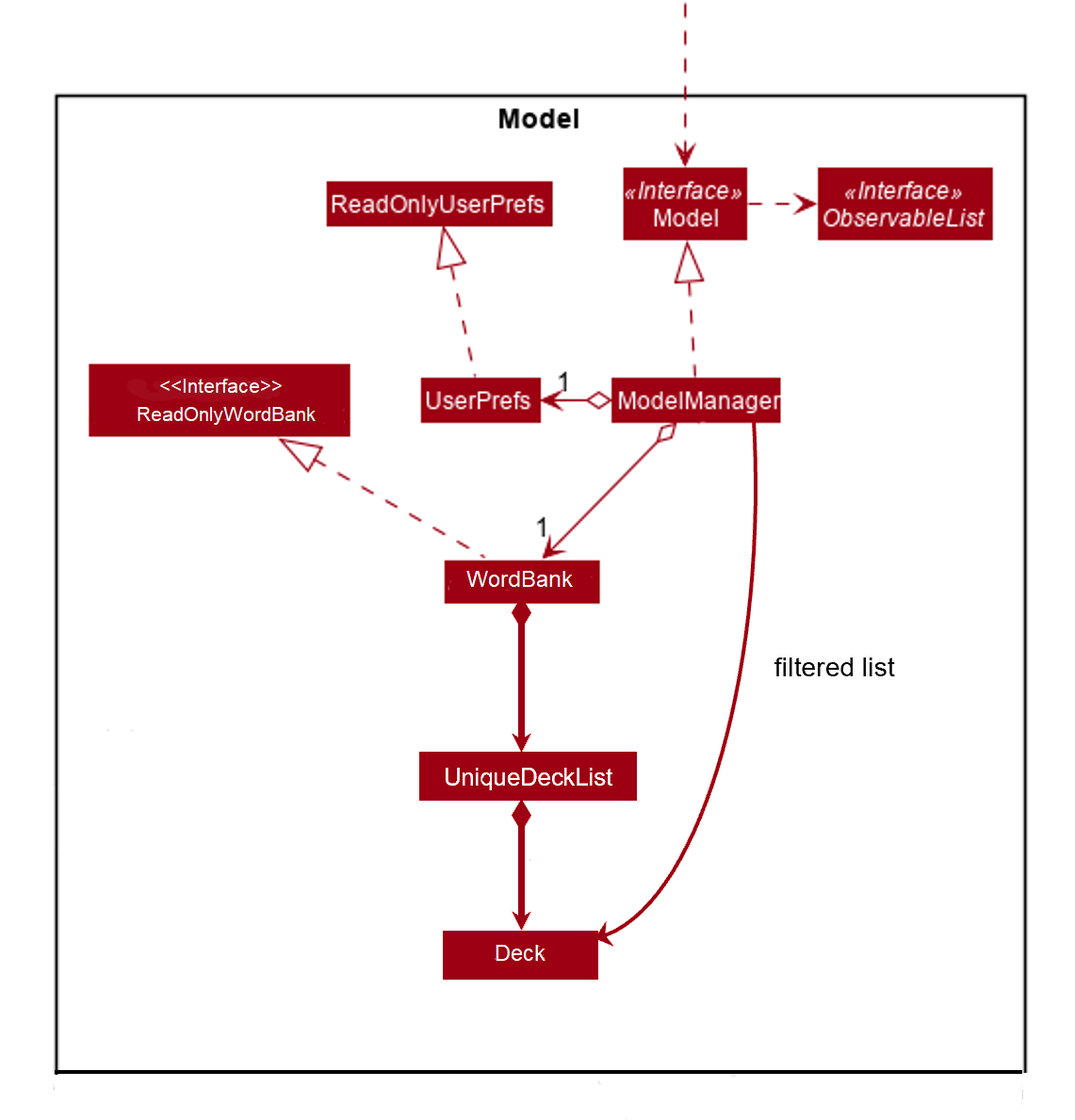
Earlier version of the PlantUML export docs/images/ModelClassDiagram.png (vigneshbhuvan-nus/tp). Its source is kept beside it as docs/diagrams/ModelClassDiagram.puml.
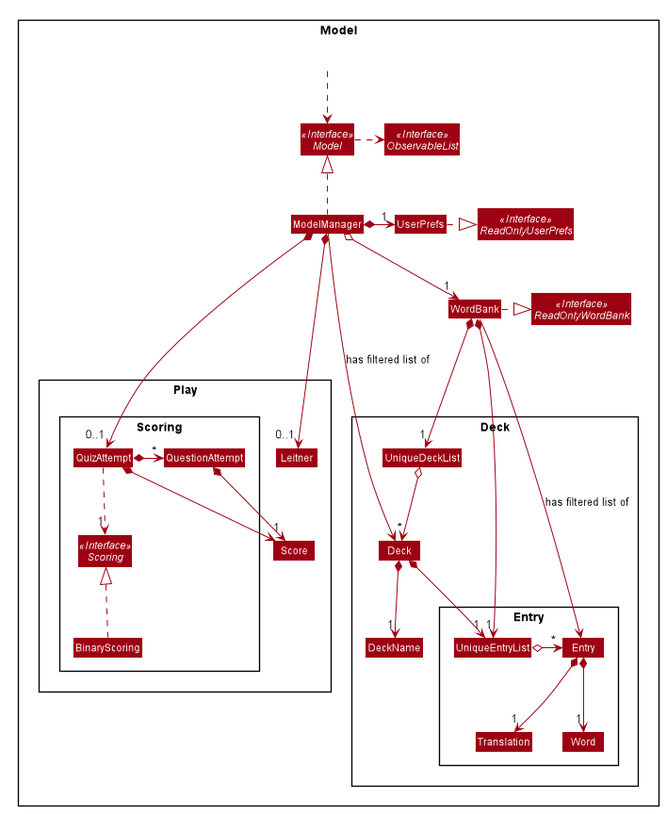
After the commit.

Commit message:
Update logic class diagram and model class diagram image

Diff of the diagram source:
```diff
@@ -65,7 +65,7 @@
 UniqueDeckList -[hidden]> UniqueEntryList
 
 WordBank .|> ReadOnlyWordBank
-WordBank *--->"1" UniqueEntryList
+WordBank *-->"1" UniqueEntryList
 WordBank *-->"1" UniqueDeckList
 WordBank -> Entry: has filtered list of
 
```
